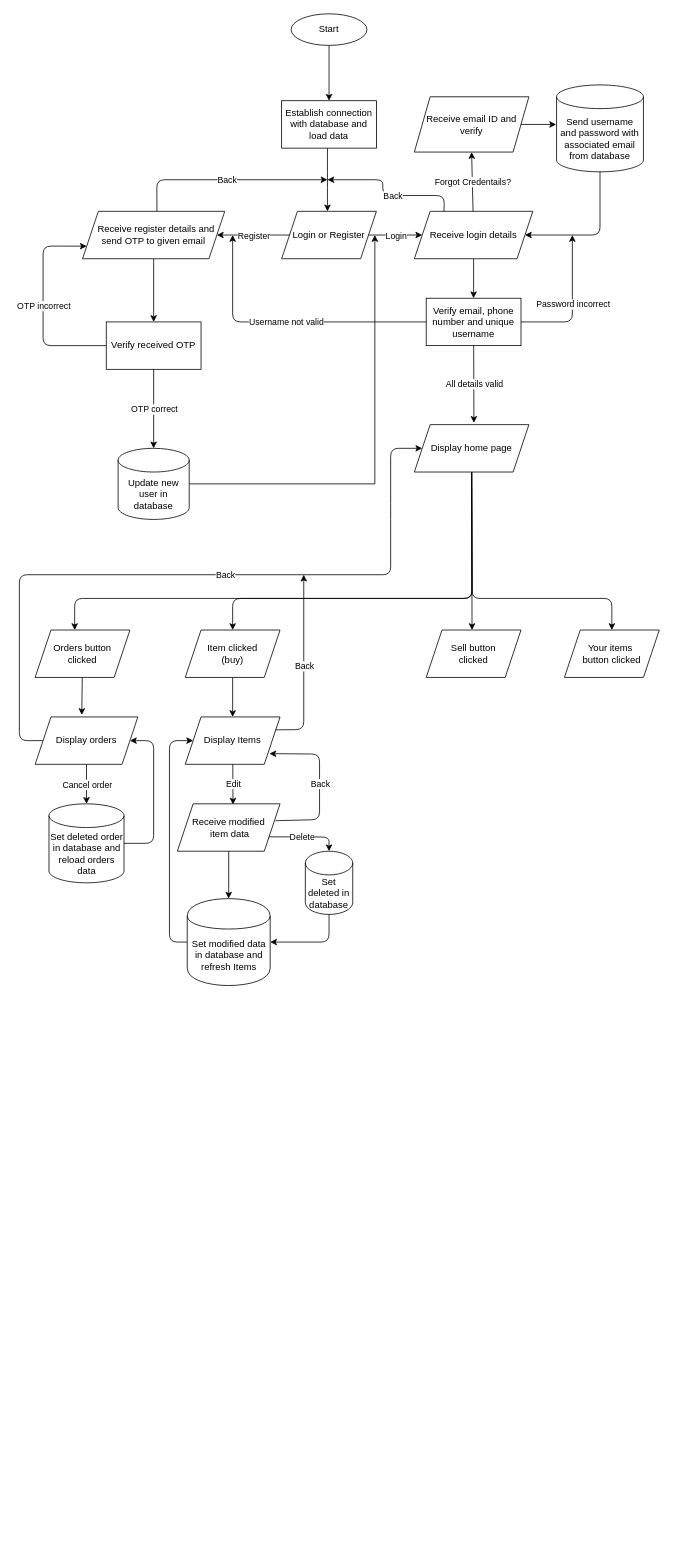
The draw.io diagram Untitled Diagram.drawio in acmpesuecc/GrowPal, before the edit. Source tidied: cells renumbered, new cells numbered last; positions are measured from the earlier drawing's top-left corner, leaving out a move shared by most shapes. Both pictures are drawn from the tidied source at 79%, with x=0, y=0 at pixel (19, 13).
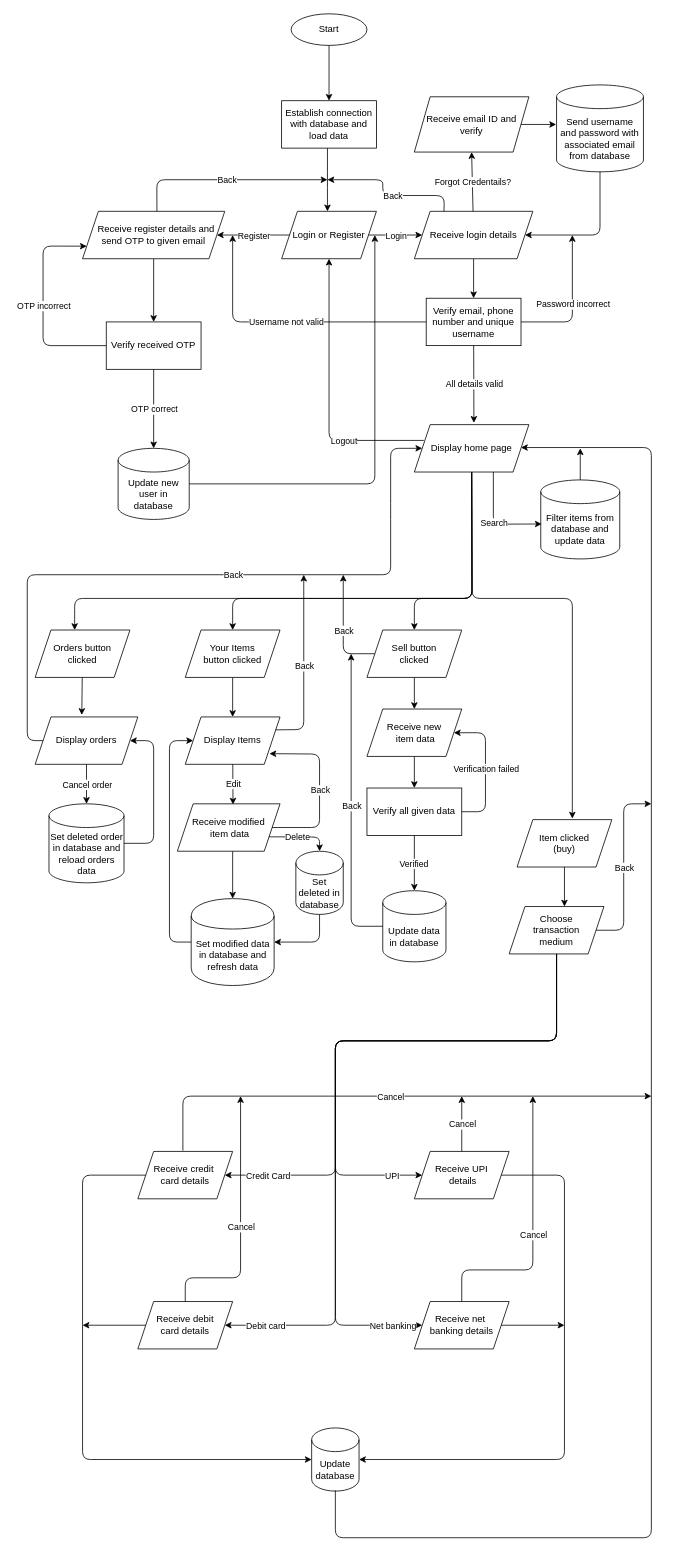
After the change.

Commit message:
finished flowchart

Unchanged cells that the change refers to:
```xml
<mxCell id="3" value="Start" style="ellipse;whiteSpace=wrap;html=1;" parent="1" vertex="1">
  <mxGeometry x="344" width="96" height="40" as="geometry" />
</mxCell>
<mxCell id="5" value="Establish connection with database and load data" style="whiteSpace=wrap;html=1;" parent="1" vertex="1">
  <mxGeometry x="332" y="110" width="120" height="60" as="geometry" />
</mxCell>
<mxCell id="6" value="Login or Register" style="shape=parallelogram;perimeter=parallelogramPerimeter;whiteSpace=wrap;html=1;fixedSize=1;" parent="1" vertex="1">
  <mxGeometry x="332" y="250" width="120" height="60" as="geometry" />
</mxCell>
<mxCell id="32" value="Update new user in database" style="shape=cylinder3;whiteSpace=wrap;html=1;boundedLbl=1;backgroundOutline=1;size=15;" parent="1" vertex="1">
  <mxGeometry x="125" y="550" width="90" height="90" as="geometry" />
</mxCell>
<mxCell id="39" value="Display home page" style="shape=parallelogram;perimeter=parallelogramPerimeter;whiteSpace=wrap;html=1;fixedSize=1;" parent="1" vertex="1">
  <mxGeometry x="500" y="520" width="145" height="60" as="geometry" />
</mxCell>
<mxCell id="49" value="Display orders" style="shape=parallelogram;perimeter=parallelogramPerimeter;whiteSpace=wrap;html=1;fixedSize=1;" parent="1" vertex="1">
  <mxGeometry x="20" y="890" width="130" height="60" as="geometry" />
</mxCell>
<mxCell id="57" value="Display Items" style="shape=parallelogram;perimeter=parallelogramPerimeter;whiteSpace=wrap;html=1;fixedSize=1;" parent="1" vertex="1">
  <mxGeometry x="210" y="890" width="120" height="60" as="geometry" />
</mxCell>
<mxCell id="61" value="Receive modified&lt;br&gt;&amp;nbsp;item data" style="shape=parallelogram;perimeter=parallelogramPerimeter;whiteSpace=wrap;html=1;fixedSize=1;" parent="1" vertex="1">
  <mxGeometry x="200" y="1000" width="130" height="60" as="geometry" />
</mxCell>
```

What changed in the source:
```diff
@@
-    <mxCell id="2" style="edgeStyle=orthogonalEdgeStyle;jettySize=auto;html=1;" parent="1" edge="1" source="3" target="5">
+    <mxCell id="2" style="edgeStyle=orthogonalEdgeStyle;jettySize=auto;html=1;fillColor=#e1d5e7;" parent="1" edge="1" source="3" target="5">
       <mxGeometry relative="1" as="geometry" />
     </mxCell>
@@
-    <mxCell id="31" style="edgeStyle=orthogonalEdgeStyle;rounded=0;jettySize=auto;html=1;" parent="1" edge="1" source="32">
-      <mxGeometry relative="1" as="geometry">
-        <mxPoint x="450" y="280" as="targetPoint" />
-        <Array as="points">
-          <mxPoint x="450" y="595" />
-        </Array>
-      </mxGeometry>
-    </mxCell>
@@
-    <mxCell id="42" style="endArrow=classic;html=1;" parent="1" edge="1" source="39">
+    <mxCell id="42" style="endArrow=classic;html=1;entryX=0.5;entryY=0;entryDx=0;entryDy=0;" parent="1" edge="1" source="39" target="47">
       <mxGeometry relative="1" as="geometry">
-        <mxPoint x="573" y="780" as="targetPoint" />
+        <Array as="points">
+          <mxPoint x="573" y="740" />
+          <mxPoint x="500" y="740" />
+        </Array>
       </mxGeometry>
     </mxCell>
-    <mxCell id="43" style="endArrow=classic;html=1;entryX=0.5;entryY=0;entryDx=0;entryDy=0;" parent="1" edge="1" source="39" target="48">
+    <mxCell id="43" style="endArrow=classic;html=1;entryX=0.583;entryY=-0.022;entryDx=0;entryDy=0;entryPerimeter=0;" parent="1" edge="1" source="39" target="48">
       <mxGeometry relative="1" as="geometry">
         <Array as="points">
           <mxPoint x="573" y="740" />
-          <mxPoint x="750" y="740" />
-          <mxPoint x="750" y="760" />
+          <mxPoint x="700" y="740" />
         </Array>
       </mxGeometry>
     </mxCell>
@@
-    <mxCell id="45" value="Item clicked &lt;br&gt;(buy)" style="shape=parallelogram;perimeter=parallelogramPerimeter;whiteSpace=wrap;html=1;fixedSize=1;" parent="1" vertex="1">
+    <mxCell id="45" value="Your Items &lt;br&gt;button clicked" style="shape=parallelogram;perimeter=parallelogramPerimeter;whiteSpace=wrap;html=1;fixedSize=1;" parent="1" vertex="1">
       <mxGeometry x="210" y="780" width="120" height="60" as="geometry" />
     </mxCell>
@@
+    <mxCell id="72" style="edgeStyle=orthogonalEdgeStyle;rounded=0;jettySize=auto;html=1;" parent="1" edge="1" source="47" target="75">
+      <mxGeometry relative="1" as="geometry" />
+    </mxCell>
     <mxCell id="47" value="Sell button&lt;br&gt;clicked" style="shape=parallelogram;perimeter=parallelogramPerimeter;whiteSpace=wrap;html=1;fixedSize=1;" parent="1" vertex="1">
-      <mxGeometry x="515" y="780" width="120" height="60" as="geometry" />
+      <mxGeometry x="440" y="780" width="120" height="60" as="geometry" />
     </mxCell>
+    <mxCell id="73" style="edgeStyle=orthogonalEdgeStyle;rounded=0;jettySize=auto;html=1;" parent="1" edge="1" source="48" target="82">
+      <mxGeometry relative="1" as="geometry">
+        <Array as="points">
+          <mxPoint x="680" y="1080" />
+          <mxPoint x="680" y="1080" />
+        </Array>
+      </mxGeometry>
+    </mxCell>
-    <mxCell id="48" value="Your items&amp;nbsp;&lt;br&gt;button clicked" style="shape=parallelogram;perimeter=parallelogramPerimeter;whiteSpace=wrap;html=1;fixedSize=1;" parent="1" vertex="1">
-      <mxGeometry x="690" y="780" width="120" height="60" as="geometry" />
+    <mxCell id="48" value="Item clicked&lt;br&gt;(buy)" style="shape=parallelogram;perimeter=parallelogramPerimeter;whiteSpace=wrap;html=1;fixedSize=1;" parent="1" vertex="1">
+      <mxGeometry x="630" y="1020" width="120" height="60" as="geometry" />
     </mxCell>
@@
     <mxCell id="50" style="endArrow=classic;html=1;entryX=0;entryY=0.5;entryDx=0;entryDy=0;" parent="1" edge="1" source="49" target="39">
       <mxGeometry relative="1" as="geometry">
         <Array as="points">
-          <mxPoint y="920" />
-          <mxPoint y="710" />
+          <mxPoint x="10" y="920" />
+          <mxPoint x="10" y="710" />
           <mxPoint x="470" y="710" />
           <mxPoint x="470" y="630" />
           <mxPoint x="470" y="550" />
         </Array>
       </mxGeometry>
     </mxCell>
@@
     <mxCell id="60" style="edgeStyle=orthogonalEdgeStyle;rounded=0;jettySize=auto;html=1;" parent="1" edge="1" source="61" target="69">
-      <mxGeometry relative="1" as="geometry" />
+      <mxGeometry relative="1" as="geometry">
+        <Array as="points">
+          <mxPoint x="270" y="1090" />
+          <mxPoint x="270" y="1090" />
+        </Array>
+      </mxGeometry>
     </mxCell>
@@
     <mxCell id="62" style="endArrow=classic;html=1;entryX=0.5;entryY=0;entryDx=0;entryDy=0;entryPerimeter=0;exitX=1;exitY=0.75;exitDx=0;exitDy=0;" parent="1" edge="1" source="61" target="64">
       <mxGeometry relative="1" as="geometry">
         <Array as="points">
-          <mxPoint x="392" y="1042" />
+          <mxPoint x="380" y="1042" />
         </Array>
       </mxGeometry>
     </mxCell>
@@
     <mxCell id="64" value="Set deleted in database" style="shape=cylinder3;whiteSpace=wrap;html=1;boundedLbl=1;backgroundOutline=1;size=15;" parent="1" vertex="1">
-      <mxGeometry x="362" y="1060" width="60" height="80" as="geometry" />
+      <mxGeometry x="350" y="1060" width="60" height="80" as="geometry" />
     </mxCell>
-    <mxCell id="65" style="endArrow=classic;html=1;entryX=0.888;entryY=0.775;entryDx=0;entryDy=0;exitX=0.955;exitY=0.356;exitDx=0;exitDy=0;exitPerimeter=0;entryPerimeter=0;" parent="1" edge="1" source="61" target="57">
+    <mxCell id="65" style="endArrow=classic;html=1;entryX=0.888;entryY=0.775;entryDx=0;entryDy=0;exitX=1;exitY=0.5;exitDx=0;exitDy=0;entryPerimeter=0;" parent="1" edge="1" source="61" target="57">
       <mxGeometry relative="1" as="geometry">
         <Array as="points">
-          <mxPoint x="380" y="1020" />
+          <mxPoint x="380" y="1030" />
           <mxPoint x="380" y="937" />
         </Array>
       </mxGeometry>
     </mxCell>
@@
-    <mxCell id="69" value="Set modified data in database and refresh Items" style="shape=cylinder;whiteSpace=wrap;html=1;boundedLbl=1;backgroundOutline=1;" parent="1" vertex="1">
-      <mxGeometry x="212.5" y="1120" width="105" height="110" as="geometry" />
+    <mxCell id="69" value="Set modified data in database and refresh data" style="shape=cylinder;whiteSpace=wrap;html=1;boundedLbl=1;backgroundOutline=1;" parent="1" vertex="1">
+      <mxGeometry x="217.5" y="1120" width="105" height="110" as="geometry" />
     </mxCell>
@@
     <mxCell id="71" style="endArrow=classic;html=1;entryX=1;entryY=0.5;entryDx=0;entryDy=0;" parent="1" edge="1" source="64" target="69">
       <mxGeometry relative="1" as="geometry">
         <Array as="points">
-          <mxPoint x="392" y="1175" />
+          <mxPoint x="380" y="1175" />
         </Array>
       </mxGeometry>
     </mxCell>
+    <mxCell id="74" style="edgeStyle=orthogonalEdgeStyle;rounded=0;jettySize=auto;html=1;" parent="1" edge="1" source="75" target="76">
+      <mxGeometry relative="1" as="geometry" />
+    </mxCell>
+    <mxCell id="75" value="Receive new&lt;br&gt;&amp;nbsp;item data" style="shape=parallelogram;perimeter=parallelogramPerimeter;whiteSpace=wrap;html=1;fixedSize=1;" parent="1" vertex="1">
+      <mxGeometry x="440" y="880" width="120" height="60" as="geometry" />
+    </mxCell>
+    <mxCell id="76" value="Verify all given data" style="rounded=0;whiteSpace=wrap;html=1;" parent="1" vertex="1">
+      <mxGeometry x="440" y="980" width="120" height="60" as="geometry" />
+    </mxCell>
+    <mxCell id="77" style="endArrow=classic;html=1;entryX=1;entryY=0.5;entryDx=0;entryDy=0;" parent="1" edge="1" source="76" target="75">
+      <mxGeometry relative="1" as="geometry">
+        <Array as="points">
+          <mxPoint x="590" y="1010" />
+          <mxPoint x="590" y="910" />
+        </Array>
+      </mxGeometry>
+    </mxCell>
+    <mxCell id="78" value="Verification failed" style="edgeLabel;html=1;align=center;verticalAlign=middle;" parent="77" vertex="1">
+      <mxGeometry relative="1" as="geometry" />
+    </mxCell>
+    <mxCell id="79" value="Update data in database" style="shape=cylinder3;whiteSpace=wrap;html=1;boundedLbl=1;backgroundOutline=1;size=15;" parent="1" vertex="1">
+      <mxGeometry x="460" y="1110" width="80" height="90" as="geometry" />
+    </mxCell>
+    <mxCell id="80" style="endArrow=classic;html=1;entryX=0.5;entryY=0;entryDx=0;entryDy=0;entryPerimeter=0;" parent="1" edge="1" source="76" target="79">
+      <mxGeometry relative="1" as="geometry" />
+    </mxCell>
+    <mxCell id="81" value="Verified&amp;nbsp;" style="edgeLabel;html=1;align=center;verticalAlign=middle;" parent="80" vertex="1">
+      <mxGeometry relative="1" as="geometry" />
+    </mxCell>
+    <mxCell id="82" value="Choose&lt;br&gt;transaction &lt;br&gt;medium" style="shape=parallelogram;perimeter=parallelogramPerimeter;whiteSpace=wrap;html=1;fixedSize=1;" parent="1" vertex="1">
+      <mxGeometry x="620" y="1130" width="120" height="60" as="geometry" />
+    </mxCell>
+    <mxCell id="83" style="endArrow=classic;html=1;" parent="1" edge="1" source="47">
+      <mxGeometry relative="1" as="geometry">
+        <mxPoint x="410" y="710" as="targetPoint" />
+        <Array as="points">
+          <mxPoint x="410" y="810" />
+        </Array>
+      </mxGeometry>
+    </mxCell>
+    <mxCell id="84" value="Back" style="edgeLabel;html=1;align=center;verticalAlign=middle;" parent="83" vertex="1">
+      <mxGeometry relative="1" as="geometry" />
+    </mxCell>
+    <mxCell id="85" style="endArrow=classic;html=1;" parent="1" edge="1" source="79">
+      <mxGeometry relative="1" as="geometry">
+        <mxPoint x="420" y="810" as="targetPoint" />
+        <Array as="points">
+          <mxPoint x="420" y="1155" />
+        </Array>
+      </mxGeometry>
+    </mxCell>
+    <mxCell id="86" value="Back" style="edgeLabel;html=1;align=center;verticalAlign=middle;" parent="85" vertex="1">
+      <mxGeometry relative="1" as="geometry" />
+    </mxCell>
+    <mxCell id="87" style="endArrow=classic;html=1;" parent="1" edge="1" source="32">
+      <mxGeometry relative="1" as="geometry">
+        <mxPoint x="450" y="280" as="targetPoint" />
+        <Array as="points">
+          <mxPoint x="450" y="595" />
+        </Array>
+      </mxGeometry>
+    </mxCell>
+    <mxCell id="88" style="endArrow=classic;html=1;" parent="1" edge="1" source="82" target="96">
+      <mxGeometry relative="1" as="geometry">
+        <Array as="points">
+          <mxPoint x="680" y="1300" />
+          <mxPoint x="400" y="1300" />
+          <mxPoint x="400" y="1470" />
+        </Array>
+      </mxGeometry>
+    </mxCell>
+    <mxCell id="89" value="UPI" style="edgeLabel;html=1;align=center;verticalAlign=middle;" parent="88" vertex="1">
+      <mxGeometry x="0.92" y="-5" relative="1" as="geometry">
+        <mxPoint x="-12" y="-5" as="offset" />
+      </mxGeometry>
+    </mxCell>
+    <mxCell id="90" style="endArrow=classic;html=1;" parent="1" edge="1" source="82" target="97">
+      <mxGeometry relative="1" as="geometry">
+        <Array as="points">
+          <mxPoint x="680" y="1300" />
+          <mxPoint x="400" y="1300" />
+          <mxPoint x="400" y="1470" />
+        </Array>
+      </mxGeometry>
+    </mxCell>
+    <mxCell id="91" value="Credit Card" style="edgeLabel;html=1;align=center;verticalAlign=middle;" parent="90" vertex="1">
+      <mxGeometry x="0.88" y="-1" relative="1" as="geometry">
+        <mxPoint x="12" y="1" as="offset" />
+      </mxGeometry>
+    </mxCell>
+    <mxCell id="92" style="endArrow=classic;html=1;" parent="1" edge="1" source="82" target="98">
+      <mxGeometry relative="1" as="geometry">
+        <Array as="points">
+          <mxPoint x="680" y="1300" />
+          <mxPoint x="400" y="1300" />
+          <mxPoint x="400" y="1660" />
+        </Array>
+      </mxGeometry>
+    </mxCell>
+    <mxCell id="93" value="Net banking" style="edgeLabel;html=1;align=center;verticalAlign=middle;" parent="92" vertex="1">
+      <mxGeometry x="0.92" relative="1" as="geometry">
+        <mxPoint x="-4" as="offset" />
+      </mxGeometry>
+    </mxCell>
+    <mxCell id="94" style="endArrow=classic;html=1;shadow=0;" parent="1" edge="1" source="82" target="99">
+      <mxGeometry relative="1" as="geometry">
+        <Array as="points">
+          <mxPoint x="680" y="1300" />
+          <mxPoint x="400" y="1300" />
+          <mxPoint x="400" y="1660" />
+        </Array>
+      </mxGeometry>
+    </mxCell>
+    <mxCell id="95" value="Debit card" style="edgeLabel;html=1;align=center;verticalAlign=middle;" parent="94" vertex="1">
+      <mxGeometry x="0.86" y="-3" relative="1" as="geometry">
+        <mxPoint x="-11" y="3" as="offset" />
+      </mxGeometry>
+    </mxCell>
+    <mxCell id="96" value="Receive UPI&lt;br&gt;&amp;nbsp;details" style="shape=parallelogram;perimeter=parallelogramPerimeter;whiteSpace=wrap;html=1;fixedSize=1;" parent="1" vertex="1">
+      <mxGeometry x="500" y="1440" width="120" height="60" as="geometry" />
+    </mxCell>
+    <mxCell id="97" value="Receive credit&amp;nbsp;&lt;br&gt;card details" style="shape=parallelogram;perimeter=parallelogramPerimeter;whiteSpace=wrap;html=1;fixedSize=1;" parent="1" vertex="1">
+      <mxGeometry x="150" y="1440" width="120" height="60" as="geometry" />
+    </mxCell>
+    <mxCell id="98" value="Receive net&amp;nbsp;&lt;br&gt;banking details" style="shape=parallelogram;perimeter=parallelogramPerimeter;whiteSpace=wrap;html=1;fixedSize=1;" parent="1" vertex="1">
+      <mxGeometry x="500" y="1630" width="120" height="60" as="geometry" />
+    </mxCell>
+    <mxCell id="99" value="Receive debit&lt;br&gt;card details" style="shape=parallelogram;perimeter=parallelogramPerimeter;whiteSpace=wrap;html=1;fixedSize=1;" parent="1" vertex="1">
+      <mxGeometry x="150" y="1630" width="120" height="60" as="geometry" />
+    </mxCell>
+    <mxCell id="100" value="Update database" style="shape=cylinder3;whiteSpace=wrap;html=1;boundedLbl=1;backgroundOutline=1;size=15;" parent="1" vertex="1">
+      <mxGeometry x="370" y="1790" width="60" height="80" as="geometry" />
+    </mxCell>
+    <mxCell id="101" style="endArrow=classic;html=1;entryX=0;entryY=0.5;entryDx=0;entryDy=0;entryPerimeter=0;" parent="1" edge="1" source="97" target="100">
+      <mxGeometry relative="1" as="geometry">
+        <Array as="points">
+          <mxPoint x="80" y="1470" />
+          <mxPoint x="80" y="1830" />
+        </Array>
+      </mxGeometry>
+    </mxCell>
+    <mxCell id="102" style="endArrow=classic;html=1;" parent="1" edge="1" source="99">
+      <mxGeometry relative="1" as="geometry">
+        <mxPoint x="80" y="1660" as="targetPoint" />
+      </mxGeometry>
+    </mxCell>
+    <mxCell id="103" style="endArrow=classic;html=1;entryX=1;entryY=0.5;entryDx=0;entryDy=0;entryPerimeter=0;" parent="1" edge="1" source="96" target="100">
+      <mxGeometry relative="1" as="geometry">
+        <Array as="points">
+          <mxPoint x="690" y="1470" />
+          <mxPoint x="690" y="1830" />
+        </Array>
+      </mxGeometry>
+    </mxCell>
+    <mxCell id="104" style="endArrow=classic;html=1;" parent="1" edge="1" source="98">
+      <mxGeometry relative="1" as="geometry">
+        <mxPoint x="690" y="1660" as="targetPoint" />
+      </mxGeometry>
+    </mxCell>
+    <mxCell id="105" style="endArrow=classic;html=1;entryX=1;entryY=0.5;entryDx=0;entryDy=0;" parent="1" edge="1">
+      <mxGeometry relative="1" as="geometry">
+        <mxPoint x="400" y="1869" as="sourcePoint" />
+        <mxPoint x="635" y="549" as="targetPoint" />
+        <Array as="points">
+          <mxPoint x="400" y="1929" />
+          <mxPoint x="800" y="1929" />
+          <mxPoint x="800" y="549" />
+        </Array>
+      </mxGeometry>
+    </mxCell>
+    <mxCell id="106" style="endArrow=classic;html=1;" parent="1" edge="1">
+      <mxGeometry relative="1" as="geometry">
+        <mxPoint x="207" y="1439" as="sourcePoint" />
+        <mxPoint x="800" y="1370" as="targetPoint" />
+        <Array as="points">
+          <mxPoint x="207" y="1370" />
+        </Array>
+      </mxGeometry>
+    </mxCell>
+    <mxCell id="107" value="Cancel" style="edgeLabel;html=1;align=center;verticalAlign=middle;" parent="106" vertex="1">
+      <mxGeometry relative="1" as="geometry" />
+    </mxCell>
+    <mxCell id="108" style="endArrow=classic;html=1;" parent="1" edge="1" source="96">
+      <mxGeometry relative="1" as="geometry">
+        <mxPoint x="560" y="1370" as="targetPoint" />
+      </mxGeometry>
+    </mxCell>
+    <mxCell id="109" value="Cancel" style="edgeLabel;html=1;align=center;verticalAlign=middle;" parent="108" vertex="1">
+      <mxGeometry relative="1" as="geometry" />
+    </mxCell>
+    <mxCell id="110" style="endArrow=classic;html=1;" parent="1" edge="1" source="98">
+      <mxGeometry relative="1" as="geometry">
+        <mxPoint x="650" y="1370" as="targetPoint" />
+        <Array as="points">
+          <mxPoint x="560" y="1590" />
+          <mxPoint x="650" y="1590" />
+        </Array>
+      </mxGeometry>
+    </mxCell>
+    <mxCell id="111" value="Cancel" style="edgeLabel;html=1;align=center;verticalAlign=middle;" parent="110" vertex="1">
+      <mxGeometry relative="1" as="geometry" />
+    </mxCell>
+    <mxCell id="112" style="endArrow=classic;html=1;" parent="1" edge="1" source="99">
+      <mxGeometry relative="1" as="geometry">
+        <mxPoint x="280" y="1370" as="targetPoint" />
+        <Array as="points">
+          <mxPoint x="210" y="1600" />
+          <mxPoint x="280" y="1600" />
+        </Array>
+      </mxGeometry>
+    </mxCell>
+    <mxCell id="113" value="Cancel" style="edgeLabel;html=1;align=center;verticalAlign=middle;" parent="112" vertex="1">
+      <mxGeometry relative="1" as="geometry" />
+    </mxCell>
+    <mxCell id="114" style="endArrow=classic;html=1;exitX=1;exitY=0.5;exitDx=0;exitDy=0;" parent="1" edge="1" source="82">
+      <mxGeometry relative="1" as="geometry">
+        <mxPoint x="800" y="1000" as="targetPoint" />
+        <Array as="points">
+          <mxPoint x="765" y="1160" />
+          <mxPoint x="765" y="1000" />
+        </Array>
+      </mxGeometry>
+    </mxCell>
+    <mxCell id="115" value="Back" style="edgeLabel;html=1;align=center;verticalAlign=middle;" parent="114" vertex="1">
+      <mxGeometry relative="1" as="geometry" />
+    </mxCell>
+    <mxCell id="116" value="Filter items from database and update data" style="shape=cylinder3;whiteSpace=wrap;html=1;boundedLbl=1;backgroundOutline=1;size=15;" parent="1" vertex="1">
+      <mxGeometry x="660" y="590" width="100" height="100" as="geometry" />
+    </mxCell>
+    <mxCell id="117" style="endArrow=classic;html=1;entryX=0.012;entryY=0.558;entryDx=0;entryDy=0;entryPerimeter=0;" parent="1" edge="1" target="116">
+      <mxGeometry relative="1" as="geometry">
+        <mxPoint x="600" y="580" as="sourcePoint" />
+        <Array as="points">
+          <mxPoint x="600" y="646" />
+        </Array>
+      </mxGeometry>
+    </mxCell>
+    <mxCell id="118" value="Search" style="edgeLabel;html=1;align=center;verticalAlign=middle;" parent="117" vertex="1">
+      <mxGeometry relative="1" as="geometry" />
+    </mxCell>
+    <mxCell id="119" style="endArrow=classic;html=1;" parent="1" edge="1" source="116">
+      <mxGeometry relative="1" as="geometry">
+        <mxPoint x="710" y="550" as="targetPoint" />
+      </mxGeometry>
+    </mxCell>
+    <mxCell id="120" style="endArrow=classic;html=1;exitX=0.083;exitY=0.333;exitDx=0;exitDy=0;entryX=0.5;entryY=1;entryDx=0;entryDy=0;exitPerimeter=0;" parent="1" edge="1" source="39" target="6">
+      <mxGeometry relative="1" as="geometry">
+        <Array as="points">
+          <mxPoint x="392" y="540" />
+        </Array>
+      </mxGeometry>
+    </mxCell>
+    <mxCell id="121" value="Logout" style="edgeLabel;html=1;align=center;verticalAlign=middle;" parent="120" vertex="1">
+      <mxGeometry x="-0.42" y="1" relative="1" as="geometry" />
+    </mxCell>
```
